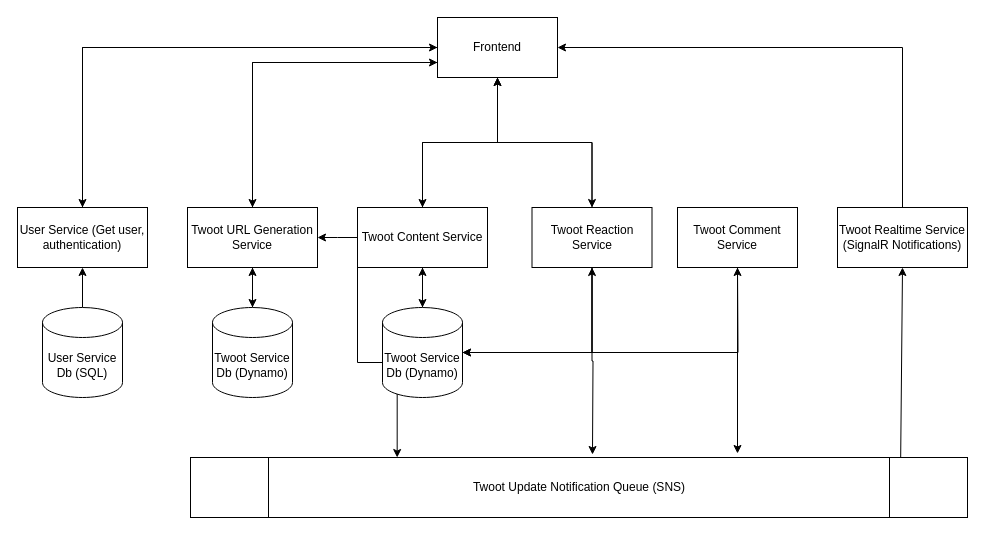
Earlier version of the draw.io diagram Twooter-Arch.drawio (willholmeswastaken/Twooter). Source tidied: cells renumbered, new cells numbered last; positions are measured from the earlier drawing's top-left corner, leaving out a move shared by most shapes. Both pictures are drawn from the tidied source at 100%, with x=0, y=0 at pixel (17, 17).
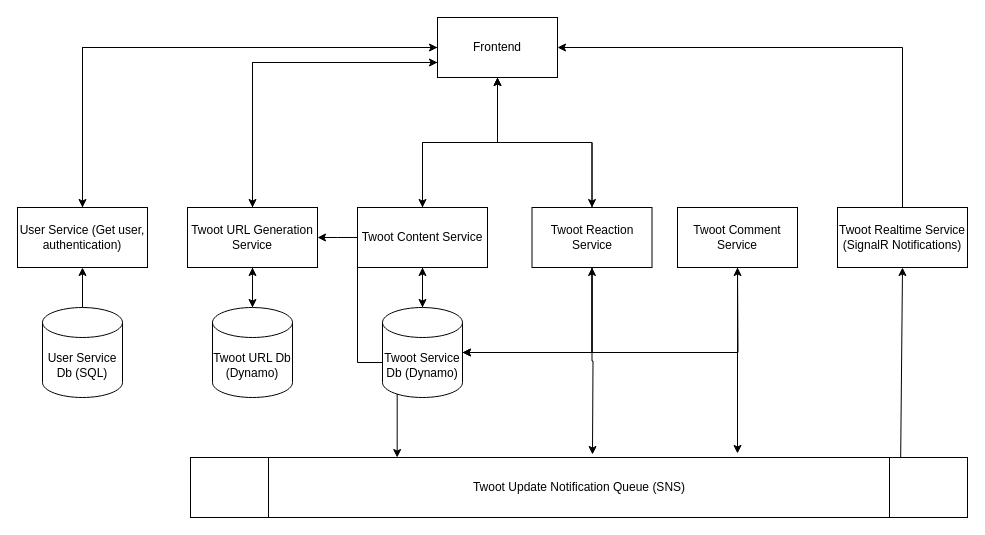
The same diagram, later.

Commit message:
Fixed a typo in the diagram, the twoot url service has its own db

The edit, as a diff of the source:
```diff
@@
-    <mxCell id="35" value="Twoot Service Db (Dynamo)" style="shape=cylinder3;whiteSpace=wrap;html=1;boundedLbl=1;backgroundOutline=1;size=15;" parent="1" vertex="1">
+    <mxCell id="35" value="Twoot URL Db (Dynamo)" style="shape=cylinder3;whiteSpace=wrap;html=1;boundedLbl=1;backgroundOutline=1;size=15;" parent="1" vertex="1">
       <mxGeometry x="195" y="290" width="80" height="90" as="geometry" />
     </mxCell>
```
